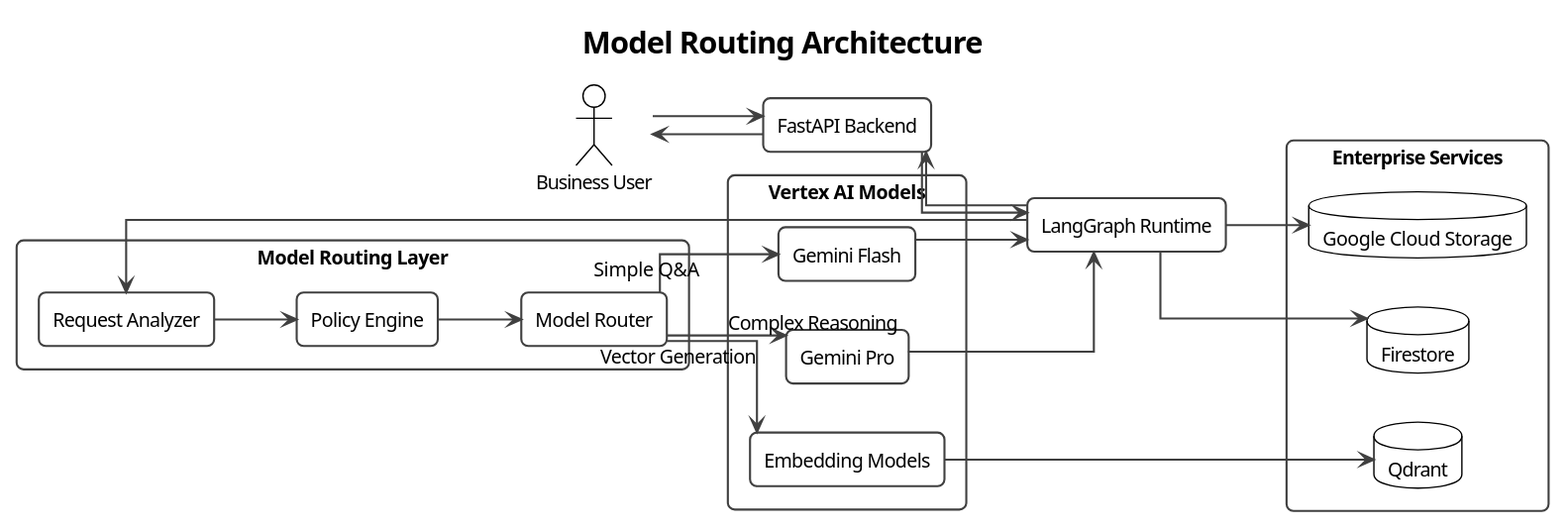
pjagdaley/enterprise-ai-orchestration-platform keeps this PlantUML diagram as docs/diagrams/ai/08-model-routing-architecture.svg. Above is the earlier version. The source it was exported from:
```plantuml
@startuml
title Enterprise AI Orchestration Platform
title Model Routing Architecture

!theme plain

left to right direction

skinparam backgroundColor white
skinparam shadowing false
skinparam linetype ortho
skinparam packageStyle rectangle

skinparam defaultFontName Segoe UI
skinparam defaultFontSize 14

skinparam RectangleBorderColor #404040
skinparam RectangleBorderThickness 1.5
skinparam RectangleRoundCorner 10

skinparam PackageBorderColor #404040
skinparam PackageBorderThickness 2

skinparam ArrowThickness 1.5
skinparam ArrowColor #404040

actor "Business User" as User

rectangle "FastAPI Backend" as API

rectangle "LangGraph Runtime" as LangGraph

package "Model Routing Layer" {

    rectangle "Request Analyzer" as Analyzer

    rectangle "Model Router" as Router

    rectangle "Policy Engine" as Policy

}

package "Vertex AI Models" {

    rectangle "Gemini Flash" as Flash

    rectangle "Gemini Pro" as Pro

    rectangle "Embedding Models" as Embeddings

}

package "Enterprise Services" {

    database "Qdrant" as Qdrant

    database "Firestore" as Firestore

    database "Google Cloud Storage" as GCS

}

User --> API

API --> LangGraph

LangGraph --> Analyzer

Analyzer --> Policy

Policy --> Router

Router --> Flash : Simple Q&A

Router --> Pro : Complex Reasoning

Router --> Embeddings : Vector Generation

Flash --> LangGraph

Pro --> LangGraph

Embeddings --> Qdrant

LangGraph --> Firestore

LangGraph --> GCS

LangGraph --> API

API --> User
@enduml
```
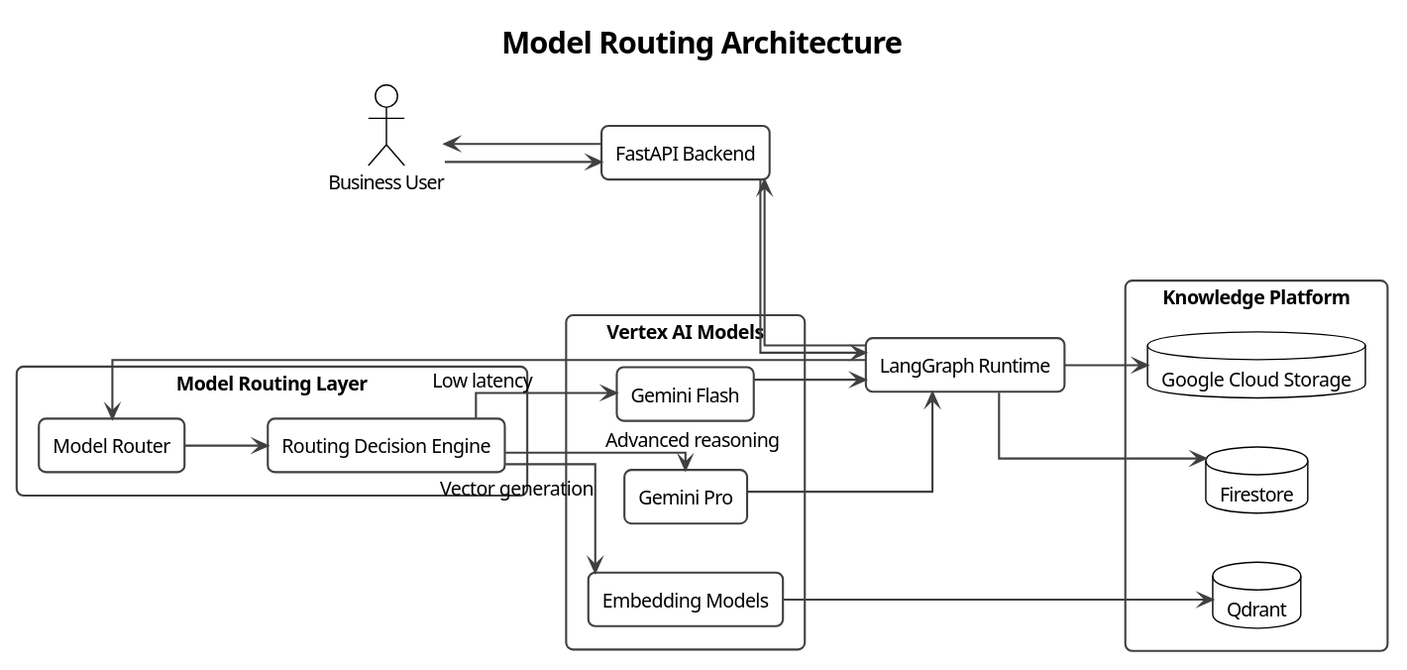
After the change.

The edit, as a diff of the source:
```diff
@@ -17,10 +17,8 @@
 skinparam RectangleBorderColor #404040
 skinparam RectangleBorderThickness 1.5
 skinparam RectangleRoundCorner 10
-
 skinparam PackageBorderColor #404040
 skinparam PackageBorderThickness 2
-
 skinparam ArrowThickness 1.5
 skinparam ArrowColor #404040
 
@@ -32,11 +30,9 @@
 
 package "Model Routing Layer" {
 
-    rectangle "Request Analyzer" as Analyzer
-
     rectangle "Model Router" as Router
 
-    rectangle "Policy Engine" as Policy
+    rectangle "Routing Decision Engine" as Decision
 
 }
 
@@ -50,7 +46,7 @@
 
 }
 
-package "Enterprise Services" {
+package "Knowledge Platform" {
 
     database "Qdrant" as Qdrant
 
@@ -64,17 +60,15 @@
 
 API --> LangGraph
 
-LangGraph --> Analyzer
+LangGraph --> Router
 
-Analyzer --> Policy
+Router --> Decision
 
-Policy --> Router
+Decision --> Flash : Low latency
 
-Router --> Flash : Simple Q&A
+Decision --> Pro : Advanced reasoning
 
-Router --> Pro : Complex Reasoning
-
-Router --> Embeddings : Vector Generation
+Decision --> Embeddings : Vector generation
 
 Flash --> LangGraph
 
```
